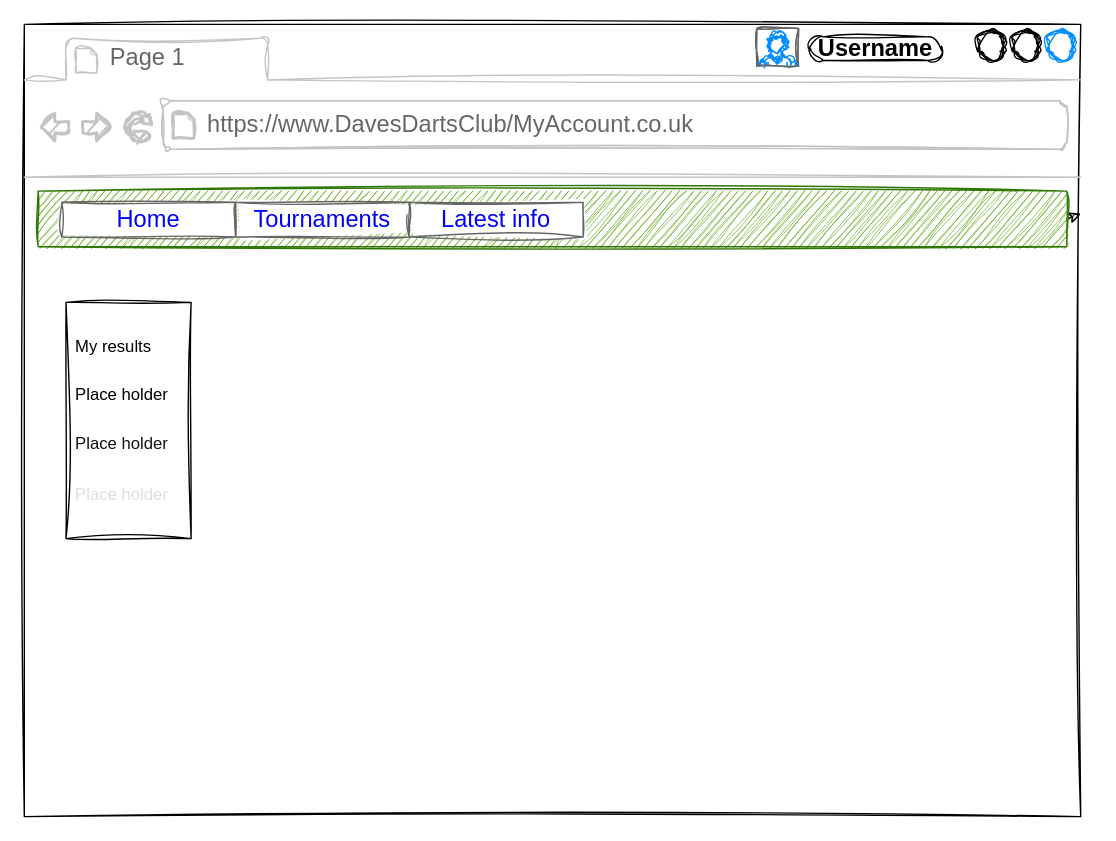
This is page "My Account page" (5 of 5) of docs/Design.drawio from davechampion-dev/DavesDartsClub, a draw.io file, before an edit. Source tidied: cells renumbered, new cells numbered last; positions are measured from the earlier drawing's top-left corner, leaving out a move shared by most shapes. Both pictures are drawn from the tidied source at 139%, with x=0, y=0 at pixel (24, 24).
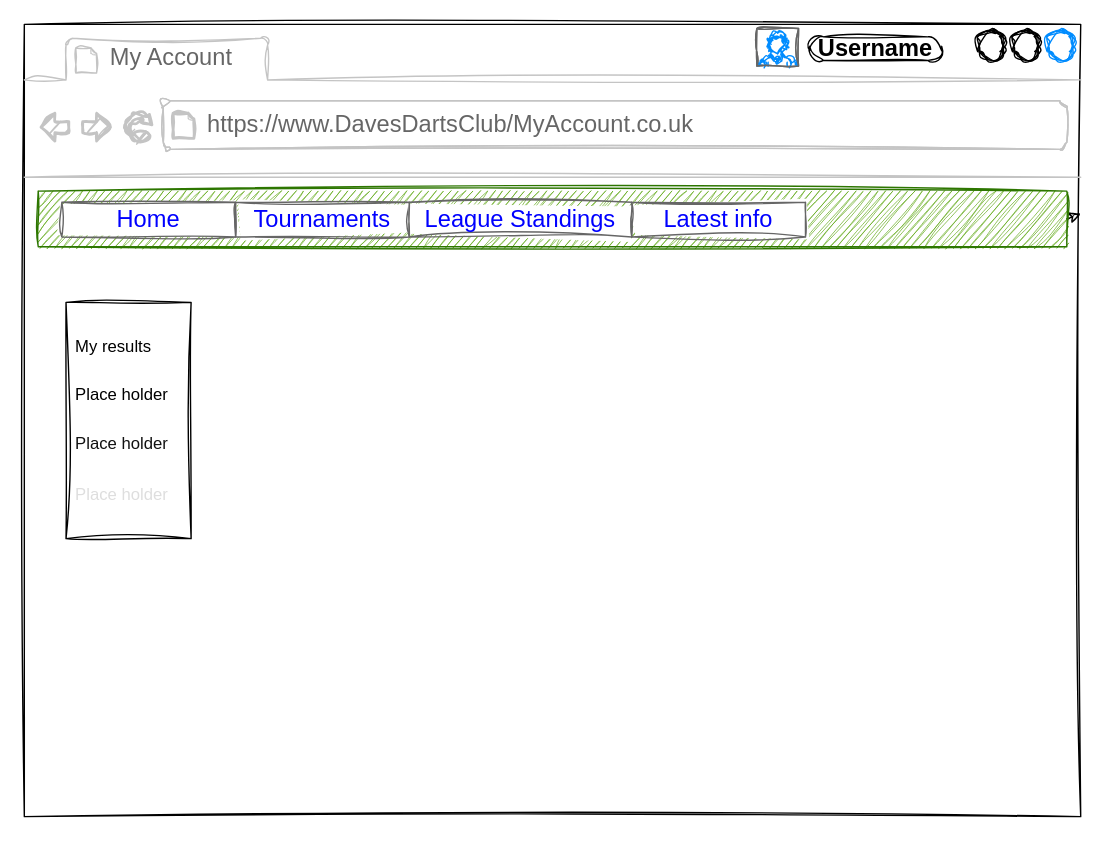
The same diagram, later.

The change refers to these unchanged cells:
```xml
<mxCell id="2" style="strokeWidth=1;shadow=0;dashed=0;align=center;html=1;shape=mxgraph.mockup.containers.browserWindow;rSize=0;strokeColor2=#008cff;strokeColor3=#c4c4c4;mainText=,;sketch=1;curveFitting=1;jiggle=2;" parent="1" vertex="1">
  <mxGeometry width="760" height="570" as="geometry" />
</mxCell>
```

What changed in the source:
```diff
@@
-    <mxCell id="3" value="Page 1" style="strokeWidth=1;shadow=0;dashed=0;align=center;html=1;shape=mxgraph.mockup.containers.anchor;fontSize=17;fontColor=#666666;align=left;whiteSpace=wrap;sketch=1;curveFitting=1;jiggle=2;" parent="2" vertex="1">
+    <mxCell id="3" value="My Account" style="strokeWidth=1;shadow=0;dashed=0;align=center;html=1;shape=mxgraph.mockup.containers.anchor;fontSize=17;fontColor=#666666;align=left;whiteSpace=wrap;sketch=1;curveFitting=1;jiggle=2;" parent="2" vertex="1">
       <mxGeometry x="60" y="12" width="110" height="26" as="geometry" />
     </mxCell>
@@
     <mxCell id="9" style="swimlane;shape=mxgraph.bootstrap.anchor;strokeColor=#666666;fillColor=#ffffff;fontColor=#0000FF;fontStyle=0;horizontal=0;startSize=0;whiteSpace=wrap;html=1;sketch=1;curveFitting=1;jiggle=2;" parent="2" vertex="1">
-      <mxGeometry x="27" y="128" width="375" height="25" as="geometry" />
+      <mxGeometry x="27" y="128" width="535" height="25" as="geometry" />
     </mxCell>
@@
+    <mxCell id="23" value="League Standings" style="text;strokeColor=inherit;align=center;verticalAlign=middle;spacingLeft=10;spacingRight=10;overflow=hidden;whiteSpace=wrap;html=1;fillColor=inherit;fontColor=inherit;fontSize=17;sketch=1;curveFitting=1;jiggle=2;" parent="9" vertex="1">
+      <mxGeometry x="250" width="160" height="25" as="geometry" />
+    </mxCell>
     <mxCell id="12" value="Latest info" style="text;strokeColor=inherit;align=center;verticalAlign=middle;spacingLeft=10;spacingRight=10;overflow=hidden;whiteSpace=wrap;html=1;fillColor=inherit;fontColor=inherit;fontSize=17;sketch=1;curveFitting=1;jiggle=2;" parent="9" vertex="1">
-      <mxGeometry x="250" width="125" height="25" as="geometry" />
+      <mxGeometry x="410" width="125" height="25" as="geometry" />
     </mxCell>
```
